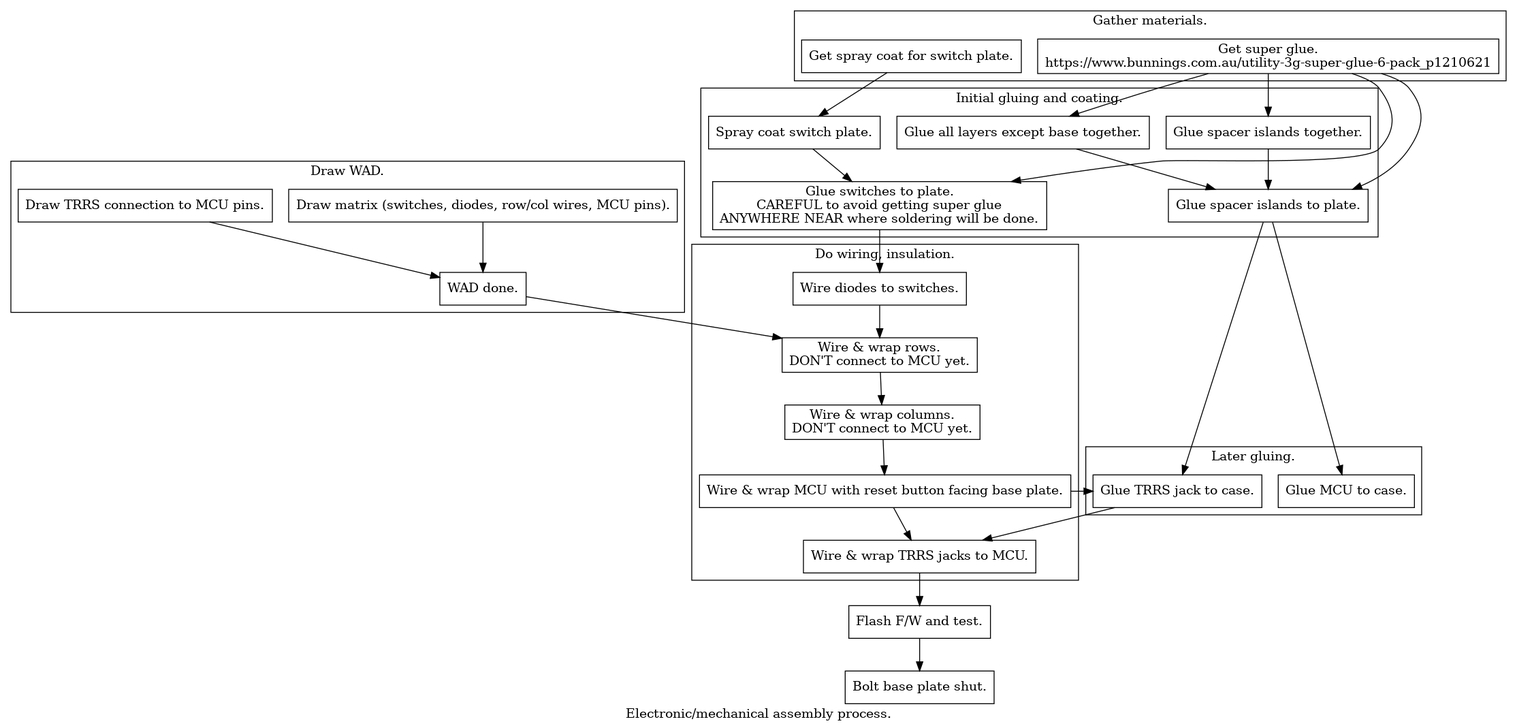
Earlier version of the Graphviz export docs/assembly/assembly_process.png (b-s-code/thumbdox). Its source is kept beside it as docs/assembly/assembly_process.dot.
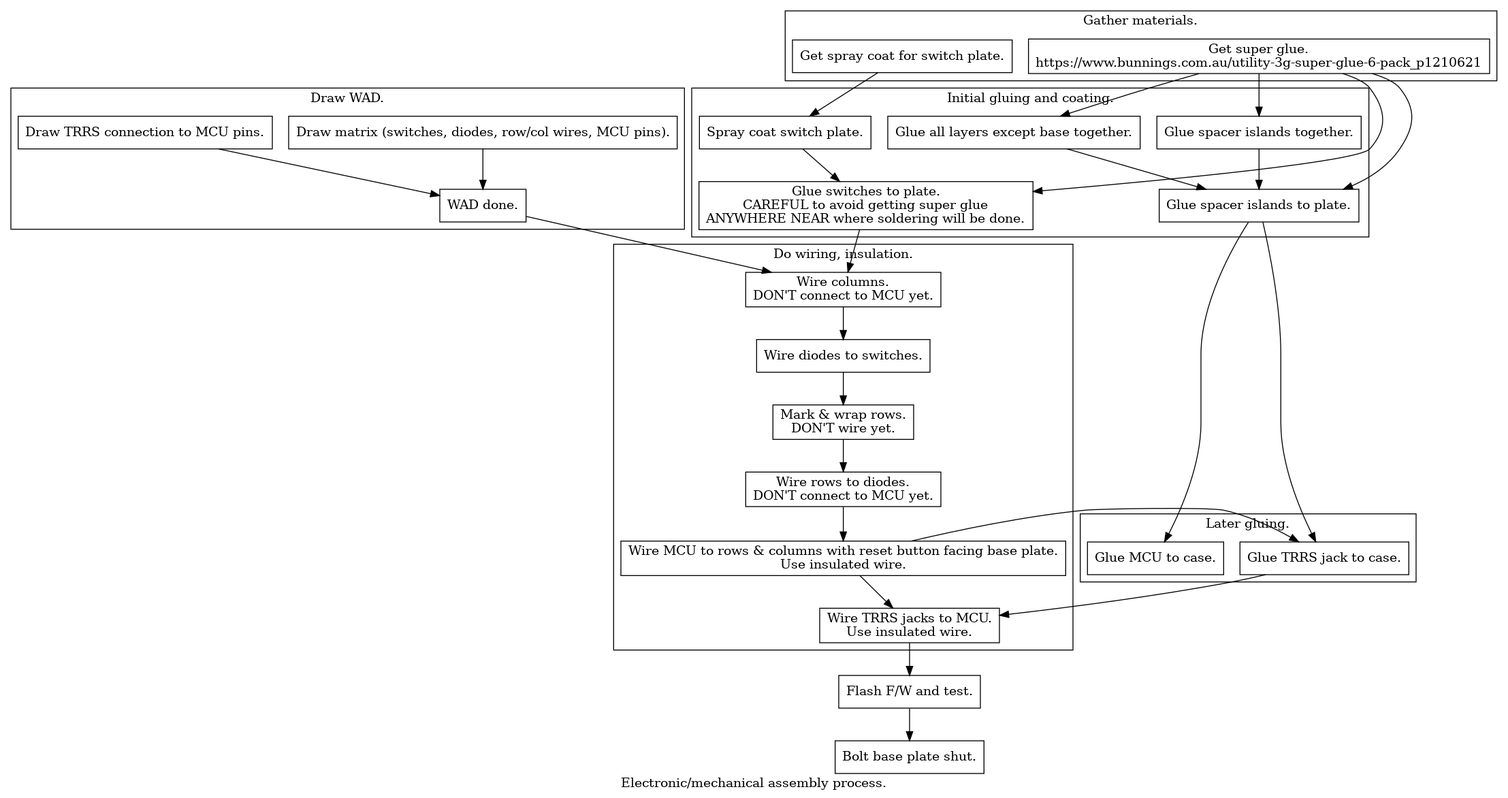
After the commit.

Commit message:
Clarify assembly process.

What changed in the source:
```diff
@@ -25,7 +25,7 @@
     glue->connect_islands_plate
     glue->insert_switches
     spray->coat
-    WAD_done->wireRows
+    WAD_done->wireColumns
 
     subgraph cluster_init_gluing
     {
@@ -45,16 +45,17 @@
     {
         label="Do wiring, insulation."
         diodes [label="Wire diodes to switches."]
-        wireRows [label="Wire & wrap rows.\nDON'T connect to MCU yet."]
-        wireColumns [label="Wire & wrap columns.\nDON'T connect to MCU yet."]
-        wireMCU [label="Wire & wrap MCU with reset button facing base plate."]
-        wireTRRS [label="Wire & wrap TRRS jacks to MCU."]
-        diodes->wireRows->wireColumns->wireMCU
+        wrapRows [label="Mark & wrap rows.\nDON'T wire yet."]
+        wireRows [label="Wire rows to diodes.\nDON'T connect to MCU yet."]
+        wireColumns [label="Wire columns.\nDON'T connect to MCU yet."]
+        wireMCU [label="Wire MCU to rows & columns with reset button facing base plate.\nUse insulated wire."]
+        wireTRRS [label="Wire TRRS jacks to MCU.\nUse insulated wire."]
+        wireColumns->diodes->wrapRows->wireRows->wireMCU
     }
     wireMCU->glueJacks->wireTRRS
     connect_islands_plate->glueMCU
     connect_islands_plate->glueJacks
-    insert_switches->diodes
+    insert_switches->wireColumns
     wireMCU->wireTRRS
 
     subgraph cluster_init_gluing2
```
